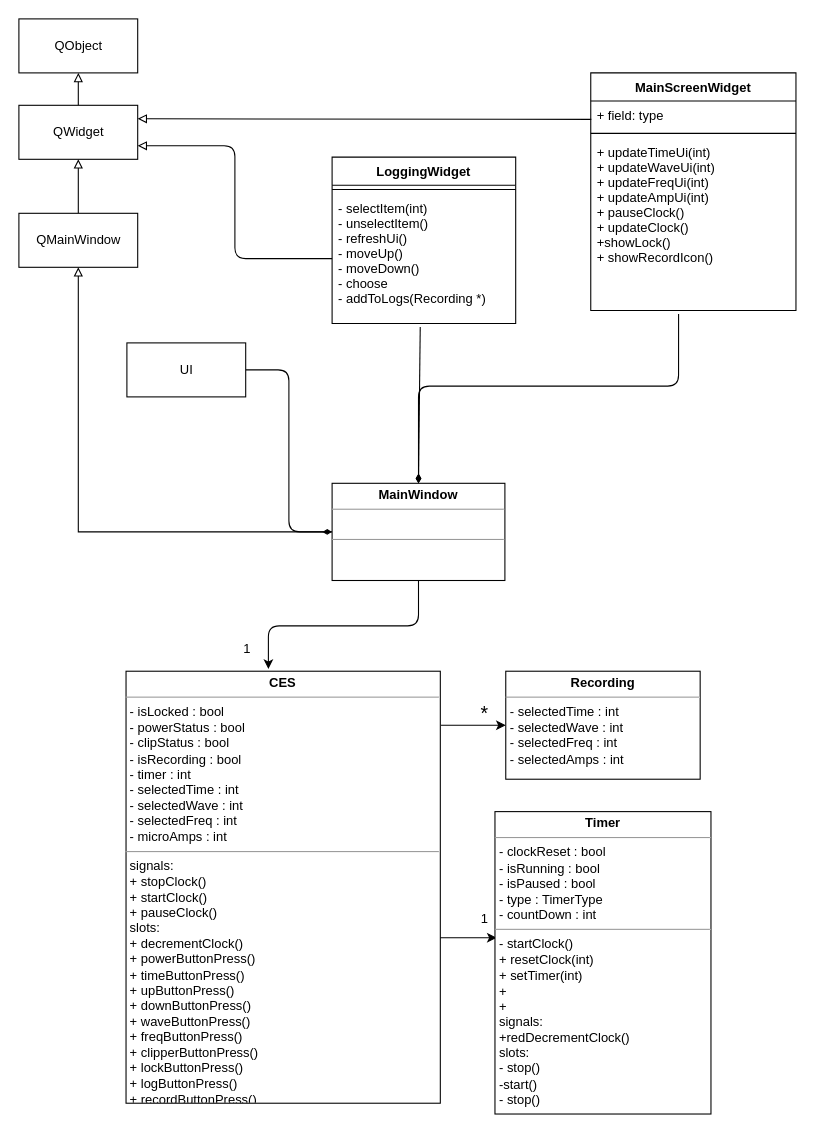
The draw.io diagram page "Class Diagram" (1 of 2) of Documentation/diagrams.drawio in willwright1213/CESSimulator, before the edit. Source tidied: cells renumbered, new cells numbered last; positions are measured from the earlier drawing's top-left corner, leaving out a move shared by most shapes. Both pictures are drawn from the tidied source at 108%, with x=0, y=0 at pixel (18, 18).
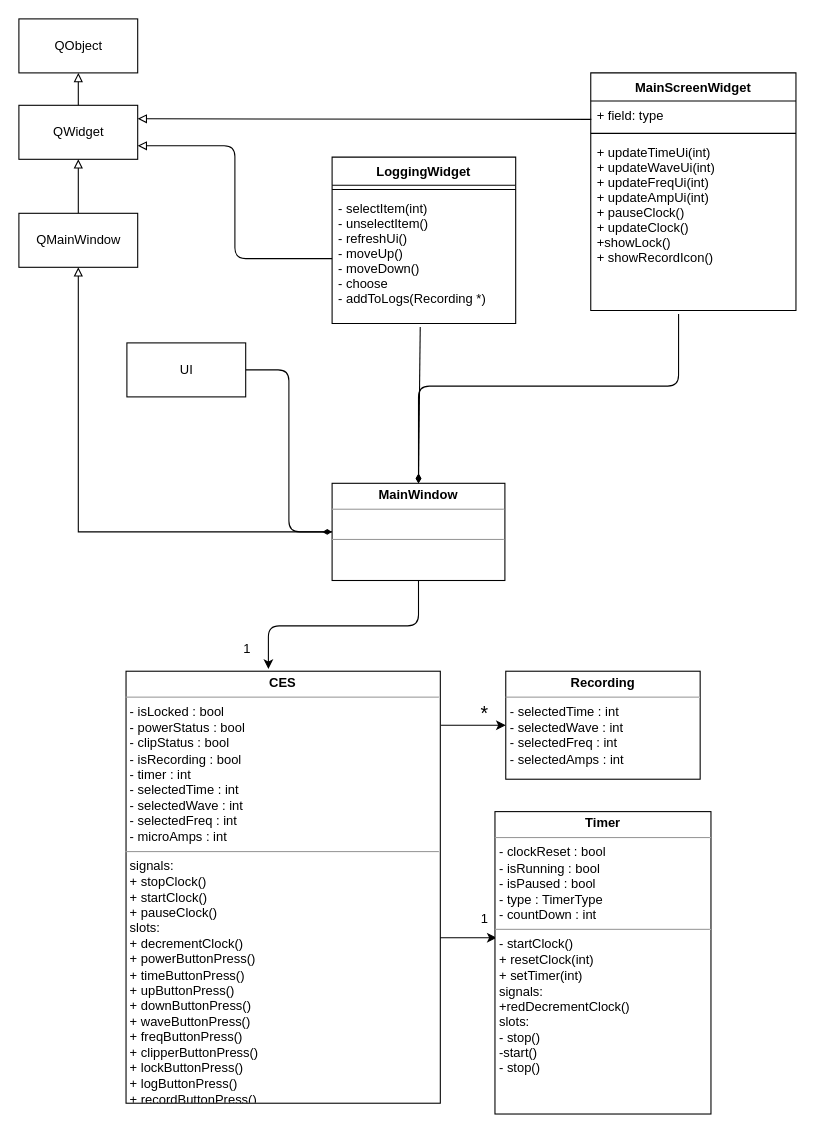
The same page after the edit.

Change to the diagram source:
```diff
@@
-    <mxCell id="9" value="&lt;p style=&quot;margin: 0px ; margin-top: 4px ; text-align: center&quot;&gt;&lt;b&gt;Timer&lt;/b&gt;&lt;/p&gt;&lt;hr size=&quot;1&quot;&gt;&lt;p style=&quot;margin: 0px ; margin-left: 4px&quot;&gt;- clockReset : bool&lt;/p&gt;&lt;p style=&quot;margin: 0px ; margin-left: 4px&quot;&gt;- isRunning : bool&lt;/p&gt;&lt;p style=&quot;margin: 0px ; margin-left: 4px&quot;&gt;- isPaused : bool&lt;/p&gt;&lt;p style=&quot;margin: 0px ; margin-left: 4px&quot;&gt;- type : TimerType&lt;/p&gt;&lt;p style=&quot;margin: 0px ; margin-left: 4px&quot;&gt;- countDown : int&lt;/p&gt;&lt;hr size=&quot;1&quot;&gt;&lt;p style=&quot;margin: 0px ; margin-left: 4px&quot;&gt;- startClock()&lt;/p&gt;&lt;p style=&quot;margin: 0px ; margin-left: 4px&quot;&gt;+ resetClock(int)&lt;/p&gt;&lt;p style=&quot;margin: 0px ; margin-left: 4px&quot;&gt;+ setTimer(int)&lt;/p&gt;&lt;p style=&quot;margin: 0px ; margin-left: 4px&quot;&gt;+&lt;/p&gt;&lt;p style=&quot;margin: 0px ; margin-left: 4px&quot;&gt;+&lt;/p&gt;&lt;p style=&quot;margin: 0px ; margin-left: 4px&quot;&gt;signals:&lt;/p&gt;&lt;p style=&quot;margin: 0px ; margin-left: 4px&quot;&gt;+redDecrementClock()&amp;nbsp;&lt;/p&gt;&lt;p style=&quot;margin: 0px ; margin-left: 4px&quot;&gt;slots:&lt;/p&gt;&lt;p style=&quot;margin: 0px ; margin-left: 4px&quot;&gt;- stop()&lt;/p&gt;&lt;p style=&quot;margin: 0px ; margin-left: 4px&quot;&gt;-start()&lt;/p&gt;&lt;p style=&quot;margin: 0px ; margin-left: 4px&quot;&gt;- stop()&lt;/p&gt;" style="verticalAlign=top;align=left;overflow=fill;fontSize=12;fontFamily=Helvetica;html=1;" parent="1" vertex="1">
+    <mxCell id="9" value="&lt;p style=&quot;margin: 0px ; margin-top: 4px ; text-align: center&quot;&gt;&lt;b&gt;Timer&lt;/b&gt;&lt;/p&gt;&lt;hr size=&quot;1&quot;&gt;&lt;p style=&quot;margin: 0px ; margin-left: 4px&quot;&gt;- clockReset : bool&lt;/p&gt;&lt;p style=&quot;margin: 0px ; margin-left: 4px&quot;&gt;- isRunning : bool&lt;/p&gt;&lt;p style=&quot;margin: 0px ; margin-left: 4px&quot;&gt;- isPaused : bool&lt;/p&gt;&lt;p style=&quot;margin: 0px ; margin-left: 4px&quot;&gt;- type : TimerType&lt;/p&gt;&lt;p style=&quot;margin: 0px ; margin-left: 4px&quot;&gt;- countDown : int&lt;/p&gt;&lt;hr size=&quot;1&quot;&gt;&lt;p style=&quot;margin: 0px ; margin-left: 4px&quot;&gt;- startClock()&lt;/p&gt;&lt;p style=&quot;margin: 0px ; margin-left: 4px&quot;&gt;+ resetClock(int)&lt;/p&gt;&lt;p style=&quot;margin: 0px ; margin-left: 4px&quot;&gt;+ setTimer(int)&lt;/p&gt;&lt;p style=&quot;margin: 0px ; margin-left: 4px&quot;&gt;&lt;span&gt;signals:&lt;/span&gt;&lt;br&gt;&lt;/p&gt;&lt;p style=&quot;margin: 0px ; margin-left: 4px&quot;&gt;+redDecrementClock()&amp;nbsp;&lt;/p&gt;&lt;p style=&quot;margin: 0px ; margin-left: 4px&quot;&gt;slots:&lt;/p&gt;&lt;p style=&quot;margin: 0px ; margin-left: 4px&quot;&gt;- stop()&lt;/p&gt;&lt;p style=&quot;margin: 0px ; margin-left: 4px&quot;&gt;-start()&lt;/p&gt;&lt;p style=&quot;margin: 0px ; margin-left: 4px&quot;&gt;- stop()&lt;/p&gt;" style="verticalAlign=top;align=left;overflow=fill;fontSize=12;fontFamily=Helvetica;html=1;" parent="1" vertex="1">
       <mxGeometry x="440.8" y="734" width="200" height="280" as="geometry" />
     </mxCell>
```
